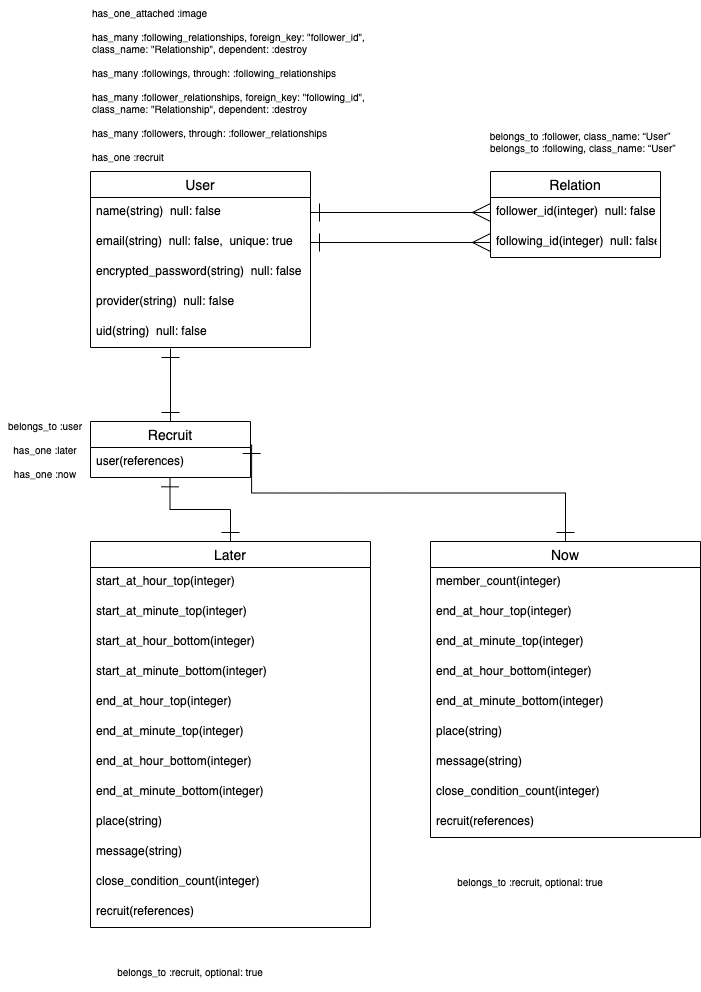
This is er.drawio.png from moriken4320/instakt, a draw.io export, as it was before one commit. Source tidied: cells renumbered, new cells last; positions are measured from the earlier drawing's top-left corner, leaving out a move shared by most shapes.
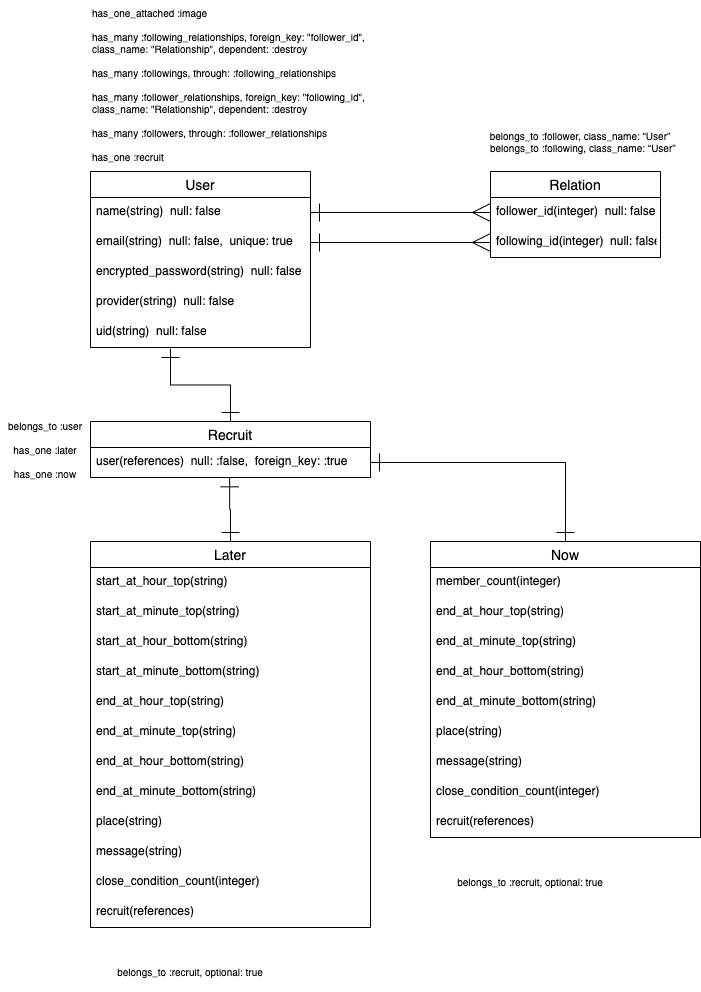
Above is the later version.

Change to the diagram source:
```diff
@@ -22,10 +22,8 @@
     <mxCell id="7" style="edgeStyle=orthogonalEdgeStyle;rounded=0;jettySize=auto;html=1;startArrow=ERone;startFill=0;endSize=16;startSize=16;endArrow=ERone;endFill=0;exitX=0.5;exitY=0;exitDx=0;exitDy=0;entryX=0.497;entryY=1.011;entryDx=0;entryDy=0;entryPerimeter=0;" parent="1" edge="1" source="23" target="19">
       <mxGeometry relative="1" as="geometry" />
     </mxCell>
-    <mxCell id="8" style="edgeStyle=orthogonalEdgeStyle;rounded=0;jettySize=auto;html=1;startArrow=ERone;startFill=0;endSize=16;startSize=16;endArrow=ERone;endFill=0;exitX=0.5;exitY=0;exitDx=0;exitDy=0;entryX=1.007;entryY=-0.1;entryDx=0;entryDy=0;entryPerimeter=0;" parent="1" edge="1" source="36">
-      <mxGeometry relative="1" as="geometry">
-        <mxPoint x="251.1" y="444" as="targetPoint" />
-      </mxGeometry>
+    <mxCell id="8" style="edgeStyle=orthogonalEdgeStyle;rounded=0;jettySize=auto;html=1;startArrow=ERone;startFill=0;endSize=16;startSize=16;endArrow=ERone;endFill=0;exitX=0.5;exitY=0;exitDx=0;exitDy=0;entryX=1;entryY=0.5;entryDx=0;entryDy=0;" parent="1" edge="1" source="36" target="19">
+      <mxGeometry relative="1" as="geometry" />
     </mxCell>
     <mxCell id="9" value="User" style="swimlane;fontStyle=0;horizontal=1;startSize=26;align=center;fontSize=14;" parent="1" vertex="1">
       <mxGeometry x="90" y="171" width="220" height="176" as="geometry" />
@@ -55,10 +53,10 @@
       <mxGeometry y="56" width="170" height="30" as="geometry" />
     </mxCell>
     <mxCell id="18" value="Recruit" style="swimlane;fontStyle=0;horizontal=1;startSize=26;align=center;fontSize=14;" parent="1" vertex="1">
-      <mxGeometry x="90" y="421" width="160" height="56" as="geometry" />
+      <mxGeometry x="90" y="421" width="280" height="56" as="geometry" />
     </mxCell>
-    <mxCell id="19" value="user(references)" style="text;strokeColor=none;fillColor=none;spacingLeft=4;spacingRight=4;overflow=hidden;points=[[0,0.5],[1,0.5]];portConstraint=eastwest;fontSize=12;" parent="18" vertex="1">
-      <mxGeometry y="26" width="160" height="30" as="geometry" />
+    <mxCell id="19" value="user(references)  null: :false,  foreign_key: :true" style="text;strokeColor=none;fillColor=none;spacingLeft=4;spacingRight=4;overflow=hidden;points=[[0,0.5],[1,0.5]];portConstraint=eastwest;fontSize=12;" parent="18" vertex="1">
+      <mxGeometry y="26" width="280" height="30" as="geometry" />
     </mxCell>
     <mxCell id="20" value="&lt;div&gt;belongs_to :user&lt;/div&gt;&lt;div&gt;&lt;br&gt;&lt;/div&gt;&lt;div&gt;has_one :later&lt;/div&gt;&lt;div&gt;&lt;br&gt;&lt;/div&gt;has_one :now" style="text;html=1;strokeColor=none;fillColor=none;align=center;verticalAlign=middle;whiteSpace=wrap;rounded=0;fontSize=10;" parent="1" vertex="1">
       <mxGeometry y="414" width="90" height="70" as="geometry" />
@@ -72,28 +70,28 @@
     <mxCell id="23" value="Later" style="swimlane;fontStyle=0;horizontal=1;startSize=26;align=center;fontSize=14;" parent="1" vertex="1">
       <mxGeometry x="90" y="541" width="280" height="386" as="geometry" />
     </mxCell>
-    <mxCell id="24" value="start_at_hour_top(integer)" style="text;strokeColor=none;fillColor=none;spacingLeft=4;spacingRight=4;overflow=hidden;fontSize=12;" parent="23" vertex="1">
+    <mxCell id="24" value="start_at_hour_top(string)" style="text;strokeColor=none;fillColor=none;spacingLeft=4;spacingRight=4;overflow=hidden;fontSize=12;" parent="23" vertex="1">
       <mxGeometry y="26" width="280" height="30" as="geometry" />
     </mxCell>
-    <mxCell id="25" value="start_at_minute_top(integer)" style="text;strokeColor=none;fillColor=none;spacingLeft=4;spacingRight=4;overflow=hidden;fontSize=12;" parent="23" vertex="1">
+    <mxCell id="25" value="start_at_minute_top(string)" style="text;strokeColor=none;fillColor=none;spacingLeft=4;spacingRight=4;overflow=hidden;fontSize=12;" parent="23" vertex="1">
       <mxGeometry y="56" width="280" height="30" as="geometry" />
     </mxCell>
-    <mxCell id="26" value="start_at_hour_bottom(integer)" style="text;strokeColor=none;fillColor=none;spacingLeft=4;spacingRight=4;overflow=hidden;fontSize=12;" parent="23" vertex="1">
+    <mxCell id="26" value="start_at_hour_bottom(string)" style="text;strokeColor=none;fillColor=none;spacingLeft=4;spacingRight=4;overflow=hidden;fontSize=12;" parent="23" vertex="1">
       <mxGeometry y="86" width="280" height="30" as="geometry" />
     </mxCell>
-    <mxCell id="27" value="start_at_minute_bottom(integer)" style="text;strokeColor=none;fillColor=none;spacingLeft=4;spacingRight=4;overflow=hidden;fontSize=12;" parent="23" vertex="1">
+    <mxCell id="27" value="start_at_minute_bottom(string)" style="text;strokeColor=none;fillColor=none;spacingLeft=4;spacingRight=4;overflow=hidden;fontSize=12;" parent="23" vertex="1">
       <mxGeometry y="116" width="280" height="30" as="geometry" />
     </mxCell>
-    <mxCell id="28" value="end_at_hour_top(integer)" style="text;strokeColor=none;fillColor=none;spacingLeft=4;spacingRight=4;overflow=hidden;fontSize=12;" parent="23" vertex="1">
+    <mxCell id="28" value="end_at_hour_top(string)" style="text;strokeColor=none;fillColor=none;spacingLeft=4;spacingRight=4;overflow=hidden;fontSize=12;" parent="23" vertex="1">
       <mxGeometry y="146" width="280" height="30" as="geometry" />
     </mxCell>
-    <mxCell id="29" value="end_at_minute_top(integer)" style="text;strokeColor=none;fillColor=none;spacingLeft=4;spacingRight=4;overflow=hidden;fontSize=12;" parent="23" vertex="1">
+    <mxCell id="29" value="end_at_minute_top(string)" style="text;strokeColor=none;fillColor=none;spacingLeft=4;spacingRight=4;overflow=hidden;fontSize=12;" parent="23" vertex="1">
       <mxGeometry y="176" width="280" height="30" as="geometry" />
     </mxCell>
-    <mxCell id="30" value="end_at_hour_bottom(integer)" style="text;strokeColor=none;fillColor=none;spacingLeft=4;spacingRight=4;overflow=hidden;fontSize=12;" parent="23" vertex="1">
+    <mxCell id="30" value="end_at_hour_bottom(string)" style="text;strokeColor=none;fillColor=none;spacingLeft=4;spacingRight=4;overflow=hidden;fontSize=12;" parent="23" vertex="1">
       <mxGeometry y="206" width="280" height="30" as="geometry" />
     </mxCell>
-    <mxCell id="31" value="end_at_minute_bottom(integer)" style="text;strokeColor=none;fillColor=none;spacingLeft=4;spacingRight=4;overflow=hidden;fontSize=12;" parent="23" vertex="1">
+    <mxCell id="31" value="end_at_minute_bottom(string)" style="text;strokeColor=none;fillColor=none;spacingLeft=4;spacingRight=4;overflow=hidden;fontSize=12;" parent="23" vertex="1">
       <mxGeometry y="236" width="280" height="30" as="geometry" />
     </mxCell>
     <mxCell id="32" value="place(string)" style="text;strokeColor=none;fillColor=none;spacingLeft=4;spacingRight=4;overflow=hidden;fontSize=12;" parent="23" vertex="1">
@@ -114,16 +112,16 @@
     <mxCell id="37" value="member_count(integer)" style="text;strokeColor=none;fillColor=none;spacingLeft=4;spacingRight=4;overflow=hidden;fontSize=12;" parent="36" vertex="1">
       <mxGeometry y="26" width="270" height="30" as="geometry" />
     </mxCell>
-    <mxCell id="38" value="end_at_hour_top(integer)" style="text;strokeColor=none;fillColor=none;spacingLeft=4;spacingRight=4;overflow=hidden;fontSize=12;" parent="36" vertex="1">
+    <mxCell id="38" value="end_at_hour_top(string)" style="text;strokeColor=none;fillColor=none;spacingLeft=4;spacingRight=4;overflow=hidden;fontSize=12;" parent="36" vertex="1">
       <mxGeometry y="56" width="270" height="30" as="geometry" />
     </mxCell>
-    <mxCell id="39" value="end_at_minute_top(integer)" style="text;strokeColor=none;fillColor=none;spacingLeft=4;spacingRight=4;overflow=hidden;fontSize=12;" parent="36" vertex="1">
+    <mxCell id="39" value="end_at_minute_top(string)" style="text;strokeColor=none;fillColor=none;spacingLeft=4;spacingRight=4;overflow=hidden;fontSize=12;" parent="36" vertex="1">
       <mxGeometry y="86" width="270" height="30" as="geometry" />
     </mxCell>
-    <mxCell id="40" value="end_at_hour_bottom(integer)" style="text;strokeColor=none;fillColor=none;spacingLeft=4;spacingRight=4;overflow=hidden;fontSize=12;" parent="36" vertex="1">
+    <mxCell id="40" value="end_at_hour_bottom(string)" style="text;strokeColor=none;fillColor=none;spacingLeft=4;spacingRight=4;overflow=hidden;fontSize=12;" parent="36" vertex="1">
       <mxGeometry y="116" width="270" height="30" as="geometry" />
     </mxCell>
-    <mxCell id="41" value="end_at_minute_bottom(integer)" style="text;strokeColor=none;fillColor=none;spacingLeft=4;spacingRight=4;overflow=hidden;fontSize=12;" parent="36" vertex="1">
+    <mxCell id="41" value="end_at_minute_bottom(string)" style="text;strokeColor=none;fillColor=none;spacingLeft=4;spacingRight=4;overflow=hidden;fontSize=12;" parent="36" vertex="1">
       <mxGeometry y="146" width="270" height="30" as="geometry" />
     </mxCell>
     <mxCell id="42" value="place(string)" style="text;strokeColor=none;fillColor=none;spacingLeft=4;spacingRight=4;overflow=hidden;fontSize=12;" parent="36" vertex="1">
```
